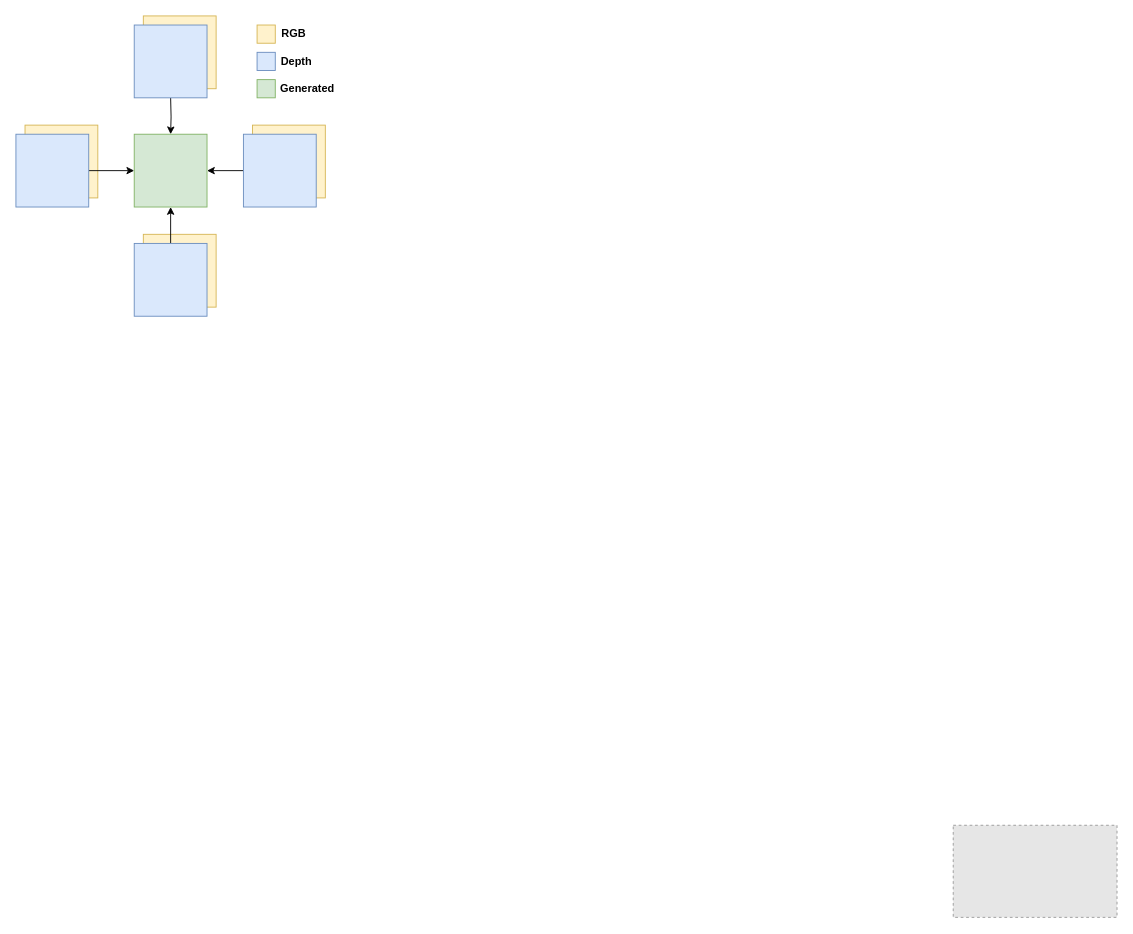
Before: Document/imgs/rvs.drawio in a-mruiz/TFM, a draw.io diagram. Source tidied: cells renumbered, new cells numbered last; positions are measured from the earlier drawing's top-left corner, leaving out a move shared by most shapes. Both pictures are drawn from the tidied source at 91%, with x=0, y=0 at pixel (15, 15). Pictures stored in the file or linked from it are replaced by grey dashed boxes.
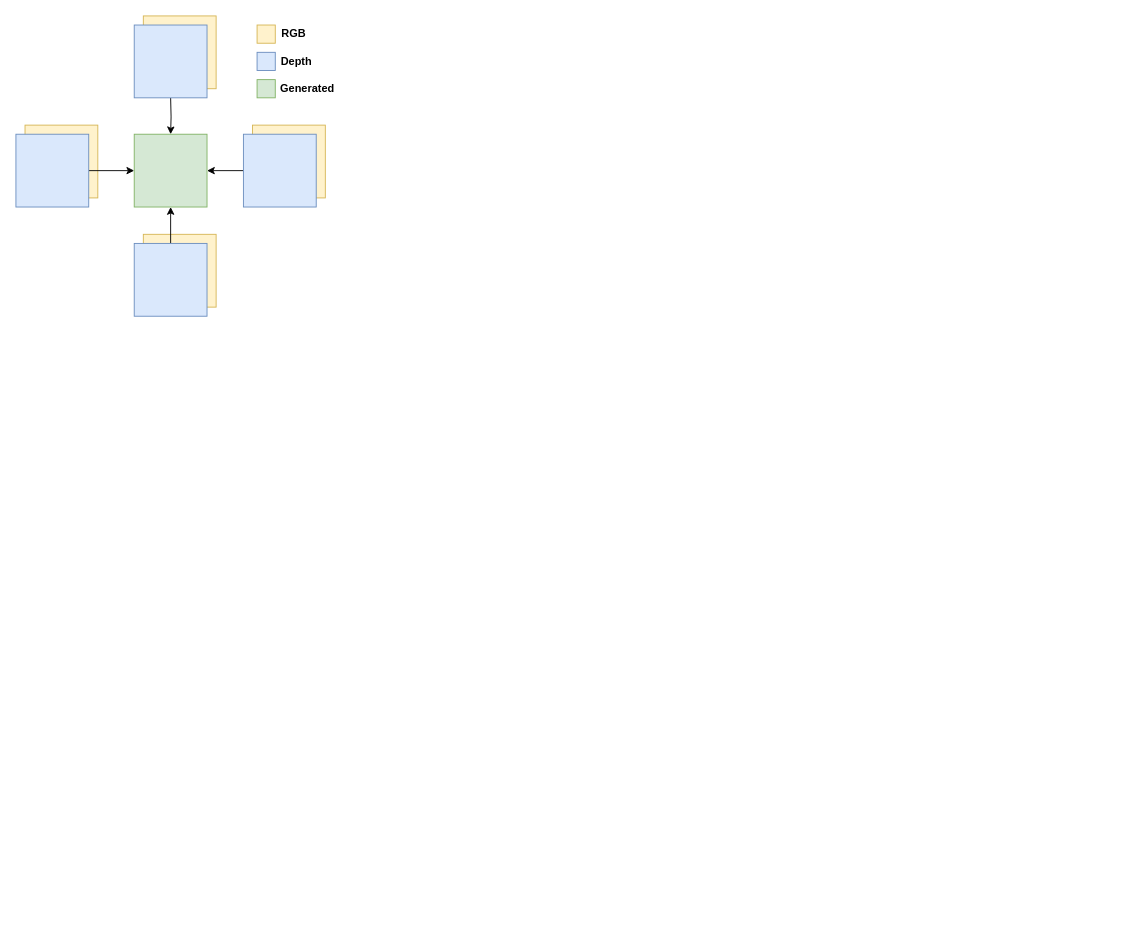
The same page after the edit.

What changed in the source:
```diff
@@
-    <mxCell id="13" style="fillColor=#E6E6E6;strokeColor=#999999;dashed=1;verticalLabelPosition=bottom;labelBackgroundColor=default;verticalAlign=top;" parent="1" vertex="1">
-      <mxGeometry x="1030" y="889.4" width="180" height="101.2" as="geometry" />
-    </mxCell>
```
